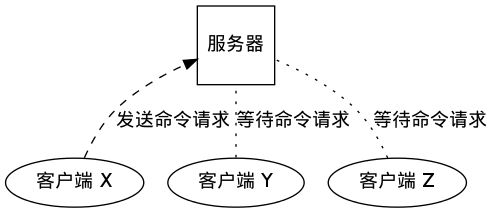
Above: internal/image/event-ready-for-read.png in huangzworks/redisbook (Graphviz), before the change. Its source is kept beside it as internal/image/event-ready-for-read.dot.
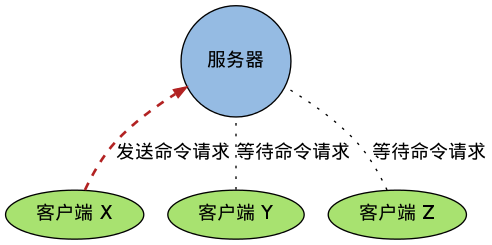
Later version of the same file.

Diff of the diagram source:
```diff
@@ -1,16 +1,21 @@
 digraph e
 {
+    node [style = filled];
+
+    edge [style = "dotted, bold"];
+
     rankdir = BT;
 
-    server [label = "服务器", shape=square];
+    server [label = "服务器", shape=circle, fillcolor = "#95BBE3"];
 
-    cx [label = "客户端 X"];
+    cx [label = "客户端 X", fillcolor = "#A8E270"];
 
-    cy [label = "客户端 Y"];
+    cy [label = "客户端 Y", fillcolor = "#A8E270"];
 
-    cz [label = "客户端 Z"];
+    cz [label = "客户端 Z", fillcolor = "#A8E270"];
 
-    cx -> server [style=dashed, label="发送命令请求"];
+    cx -> server [style= "dashed, bold" , label="发送命令请求", color = "#B22222"];
+
     cy -> server [dir=none, style=dotted, label="等待命令请求"];
     cz -> server [dir=none, style=dotted, label="等待命令请求"];
 }
```
